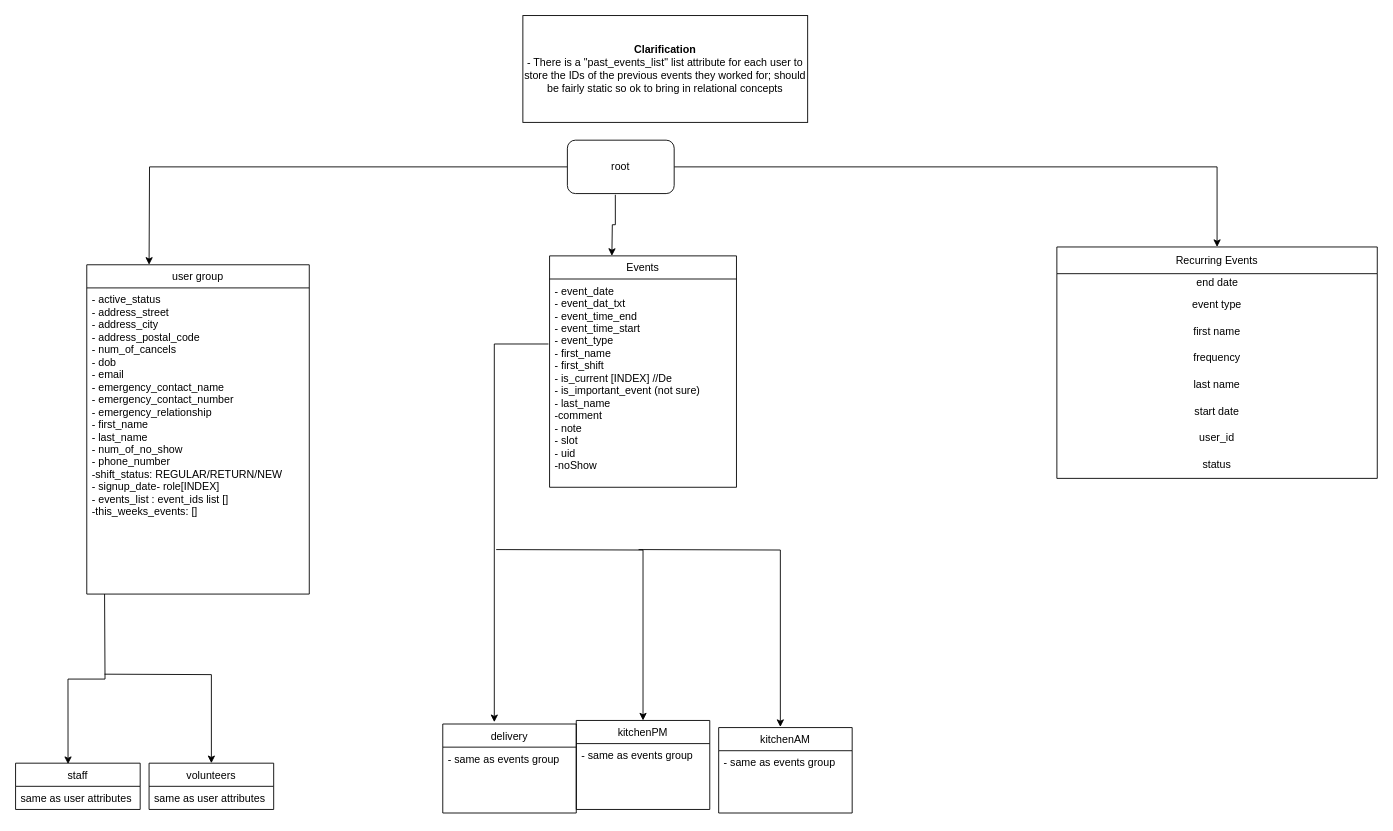
Before: architecture_docs/db/sfl_santropol.drawio in Software-For-Love/client-santropol, a draw.io diagram. Source tidied: cells renumbered, new cells numbered last; positions are measured from the earlier drawing's top-left corner, leaving out a move shared by most shapes. Both pictures are drawn from the tidied source at 89%, with x=0, y=0 at pixel (15, 15).
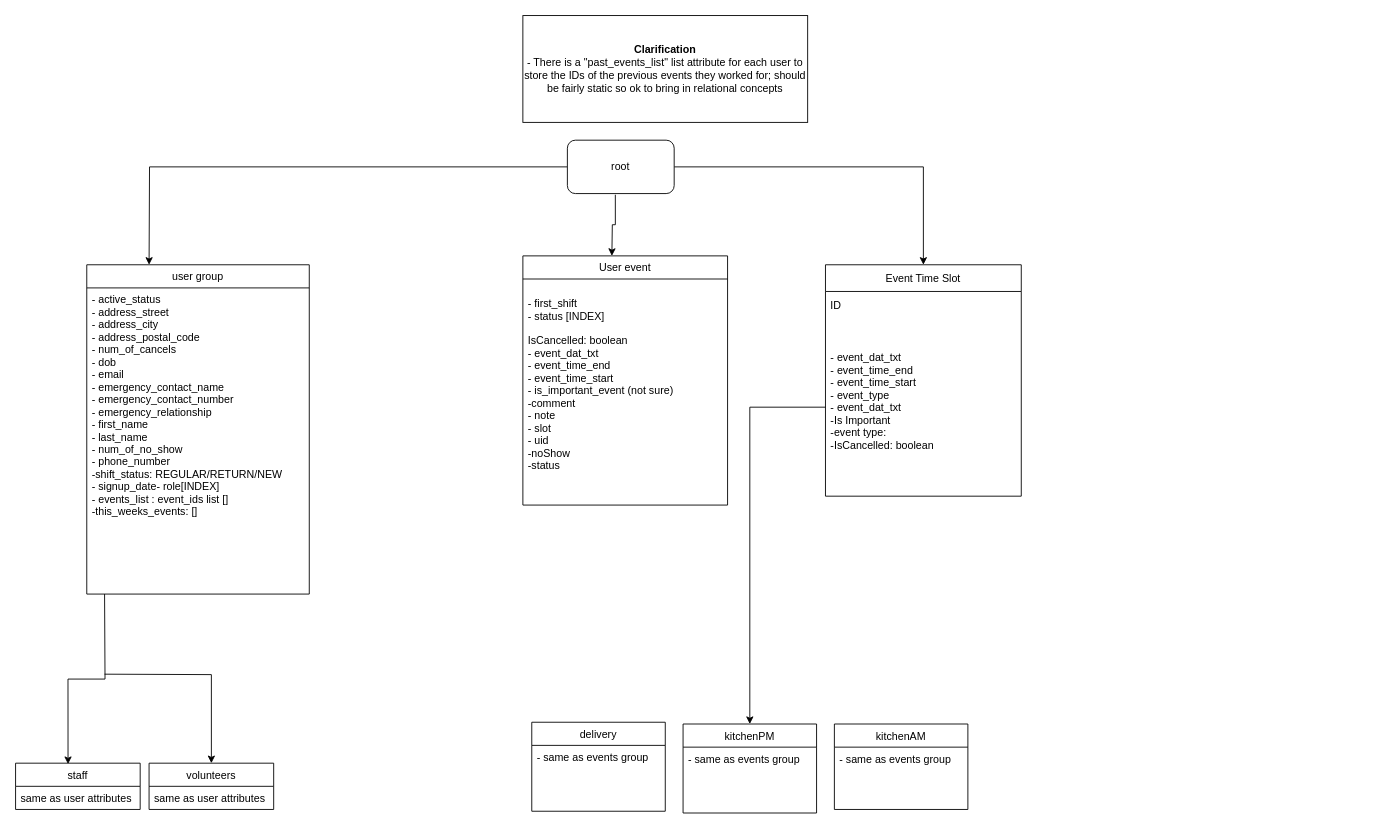
The same diagram, later.

The change refers to these unchanged cells:
```xml
<mxCell id="5" value="root" style="rounded=1;whiteSpace=wrap;html=1;" parent="1" vertex="1">
  <mxGeometry x="620" y="140" width="120" height="60" as="geometry" />
</mxCell>
```

Change to the diagram source:
```diff
@@
-    <mxCell id="4" style="edgeStyle=orthogonalEdgeStyle;rounded=0;jettySize=auto;html=1;entryX=0.5;entryY=0;entryDx=0;entryDy=0;" parent="1" edge="1" source="5" target="26">
-      <mxGeometry relative="1" as="geometry" />
-    </mxCell>
+    <mxCell id="35" style="edgeStyle=orthogonalEdgeStyle;rounded=0;jettySize=auto;html=1;exitX=1;exitY=0.5;exitDx=0;exitDy=0;entryX=0.5;entryY=0;entryDx=0;entryDy=0;" parent="1" edge="1" source="5" target="36">
+      <mxGeometry relative="1" as="geometry" />
+    </mxCell>
@@
-    <mxCell id="14" value="Events" style="swimlane;fontStyle=0;horizontal=1;startSize=26;fillColor=none;" parent="1" vertex="1">
-      <mxGeometry x="600" y="270" width="210" height="260" as="geometry" />
+    <mxCell id="14" value="User event" style="swimlane;fontStyle=0;horizontal=1;startSize=26;fillColor=none;" parent="1" vertex="1">
+      <mxGeometry x="570" y="270" width="230" height="280" as="geometry" />
     </mxCell>
-    <mxCell id="15" value="- event_date&#10;- event_dat_txt&#10;- event_time_end&#10;- event_time_start&#10;- event_type&#10;- first_name&#10;- first_shift &#10;- is_current [INDEX] //De&#10;- is_important_event (not sure)&#10;- last_name&#10;-comment&#10;- note&#10;- slot&#10;- uid&#10;-noShow&#10;&#10;" style="text;strokeColor=none;fillColor=none;align=left;verticalAlign=top;spacingLeft=4;spacingRight=4;overflow=hidden;points=[[0,0.5],[1,0.5]];portConstraint=eastwest;" parent="14" vertex="1">
-      <mxGeometry y="26" width="210" height="234" as="geometry" />
+    <mxCell id="15" value="&#10;- first_shift &#10;- status [INDEX] &#10;&#10;IsCancelled: boolean&#10;- event_dat_txt&#10;- event_time_end&#10;- event_time_start&#10;- is_important_event (not sure)&#10;-comment&#10;- note&#10;- slot&#10;- uid&#10;-noShow&#10;-status&#10;&#10;&#10;" style="text;strokeColor=none;fillColor=none;align=left;verticalAlign=top;spacingLeft=4;spacingRight=4;overflow=hidden;points=[[0,0.5],[1,0.5]];portConstraint=eastwest;" parent="14" vertex="1">
+      <mxGeometry y="26" width="230" height="254" as="geometry" />
     </mxCell>
     <mxCell id="16" value="delivery" style="swimlane;fontStyle=0;horizontal=1;startSize=26;fillColor=none;" parent="1" vertex="1">
-      <mxGeometry x="480" y="796" width="150" height="100" as="geometry" />
+      <mxGeometry x="580" y="794" width="150" height="100" as="geometry" />
     </mxCell>
@@
     <mxCell id="18" value="kitchenPM" style="swimlane;fontStyle=0;horizontal=1;startSize=26;fillColor=none;" parent="1" vertex="1">
-      <mxGeometry x="630" y="792" width="150" height="100" as="geometry" />
+      <mxGeometry x="750" y="796" width="150" height="100" as="geometry" />
     </mxCell>
@@
     <mxCell id="21" value="kitchenAM" style="swimlane;fontStyle=0;horizontal=1;startSize=26;fillColor=none;" parent="1" vertex="1">
-      <mxGeometry x="790" y="800" width="150" height="96" as="geometry" />
+      <mxGeometry x="920" y="796" width="150" height="96" as="geometry" />
     </mxCell>
@@
-    <mxCell id="23" style="edgeStyle=orthogonalEdgeStyle;rounded=0;jettySize=auto;html=1;entryX=0.462;entryY=-0.007;entryDx=0;entryDy=0;entryPerimeter=0;" parent="1" edge="1" target="21">
-      <mxGeometry relative="1" as="geometry">
-        <mxPoint x="700" y="600" as="sourcePoint" />
-      </mxGeometry>
-    </mxCell>
-    <mxCell id="24" style="edgeStyle=orthogonalEdgeStyle;rounded=0;jettySize=auto;html=1;entryX=0.5;entryY=0;entryDx=0;entryDy=0;" parent="1" edge="1" target="18">
-      <mxGeometry relative="1" as="geometry">
-        <mxPoint x="540" y="600" as="sourcePoint" />
-      </mxGeometry>
-    </mxCell>
-    <mxCell id="25" style="edgeStyle=orthogonalEdgeStyle;rounded=0;jettySize=auto;html=1;entryX=0.386;entryY=-0.021;entryDx=0;entryDy=0;entryPerimeter=0;exitX=-0.006;exitY=0.312;exitDx=0;exitDy=0;exitPerimeter=0;" parent="1" edge="1" source="15" target="16">
-      <mxGeometry relative="1" as="geometry" />
-    </mxCell>
-    <mxCell id="26" value="Recurring Events" style="swimlane;fontStyle=0;horizontal=1;startSize=30;" parent="1" vertex="1">
-      <mxGeometry x="1170" y="260" width="360" height="260" as="geometry" />
-    </mxCell>
-    <mxCell id="27" value="end date" style="text;html=1;align=center;verticalAlign=middle;strokeColor=none;fillColor=none;rotation=0;" parent="26" vertex="1">
-      <mxGeometry y="30" width="360" height="20" as="geometry" />
-    </mxCell>
-    <mxCell id="28" value="event type" style="text;html=1;strokeColor=none;fillColor=none;align=center;verticalAlign=middle;whiteSpace=wrap;rounded=0;" parent="26" vertex="1">
-      <mxGeometry y="50" width="360" height="30" as="geometry" />
-    </mxCell>
-    <mxCell id="29" value="first name" style="text;html=1;strokeColor=none;fillColor=none;align=center;verticalAlign=middle;whiteSpace=wrap;rounded=0;" parent="26" vertex="1">
-      <mxGeometry y="80" width="360" height="30" as="geometry" />
-    </mxCell>
-    <mxCell id="30" value="frequency" style="text;html=1;strokeColor=none;fillColor=none;align=center;verticalAlign=middle;whiteSpace=wrap;rounded=0;" parent="26" vertex="1">
-      <mxGeometry y="110" width="360" height="30" as="geometry" />
-    </mxCell>
-    <mxCell id="31" value="last name" style="text;html=1;strokeColor=none;fillColor=none;align=center;verticalAlign=middle;whiteSpace=wrap;rounded=0;" parent="26" vertex="1">
-      <mxGeometry y="140" width="360" height="30" as="geometry" />
-    </mxCell>
-    <mxCell id="32" value="start date" style="text;html=1;strokeColor=none;fillColor=none;align=center;verticalAlign=middle;whiteSpace=wrap;rounded=0;" parent="26" vertex="1">
-      <mxGeometry y="170" width="360" height="30" as="geometry" />
-    </mxCell>
-    <mxCell id="33" value="user_id" style="text;html=1;strokeColor=none;fillColor=none;align=center;verticalAlign=middle;whiteSpace=wrap;rounded=0;" parent="26" vertex="1">
-      <mxGeometry y="200" width="360" height="30" as="geometry" />
-    </mxCell>
-    <mxCell id="34" value="status" style="text;html=1;strokeColor=none;fillColor=none;align=center;verticalAlign=middle;whiteSpace=wrap;rounded=0;" parent="26" vertex="1">
-      <mxGeometry y="230" width="360" height="30" as="geometry" />
-    </mxCell>
+    <mxCell id="36" value="Event Time Slot" style="swimlane;fontStyle=0;horizontal=1;startSize=30;" parent="1" vertex="1">
+      <mxGeometry x="910" y="280" width="220" height="260" as="geometry" />
+    </mxCell>
+    <mxCell id="37" value="ID" style="text;strokeColor=none;fillColor=none;align=left;verticalAlign=middle;spacingLeft=4;spacingRight=4;overflow=hidden;" parent="36" vertex="1">
+      <mxGeometry y="30" width="220" height="30" as="geometry" />
+    </mxCell>
+    <mxCell id="38" value="- event_dat_txt&#10;- event_time_end&#10;- event_time_start&#10;- event_type&#10;- event_dat_txt&#10;-Is Important&#10;-event type:&#10;-IsCancelled: boolean&#10;" style="text;strokeColor=none;fillColor=none;align=left;verticalAlign=middle;spacingLeft=4;spacingRight=4;overflow=hidden;points=[[0,0.5],[1,0.5]];portConstraint=eastwest;" parent="36" vertex="1">
+      <mxGeometry y="60" width="220" height="200" as="geometry" />
+    </mxCell>
+    <mxCell id="39" style="edgeStyle=orthogonalEdgeStyle;rounded=0;jettySize=auto;html=1;exitX=0;exitY=0.5;exitDx=0;exitDy=0;entryX=0.5;entryY=0;entryDx=0;entryDy=0;" parent="1" edge="1" source="38" target="18">
+      <mxGeometry relative="1" as="geometry">
+        <Array as="points">
+          <mxPoint x="825" y="440" />
+        </Array>
+      </mxGeometry>
+    </mxCell>
```
